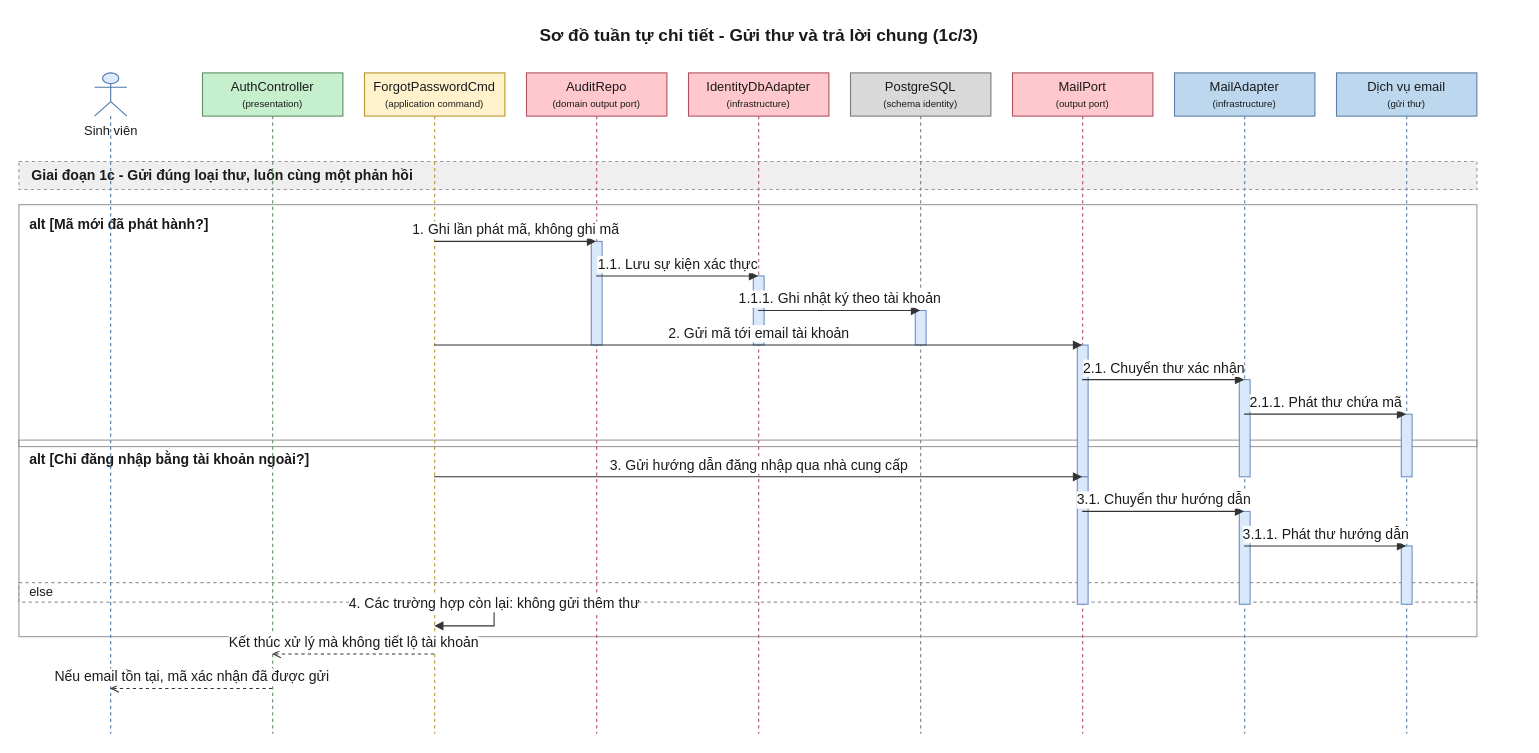
This is 08-diagram/sequence/user/sequence_user_quen_mat_khau_otp_p1c.drawio from daiphu1801/PRJ_ALGOPREP, a draw.io file, before an edit. Source tidied: cells renumbered, new cells numbered last; positions are measured from the earlier drawing's top-left corner, leaving out a move shared by most shapes. Both pictures are drawn from the tidied source at 108%, with x=0, y=0 at pixel (18, 18).
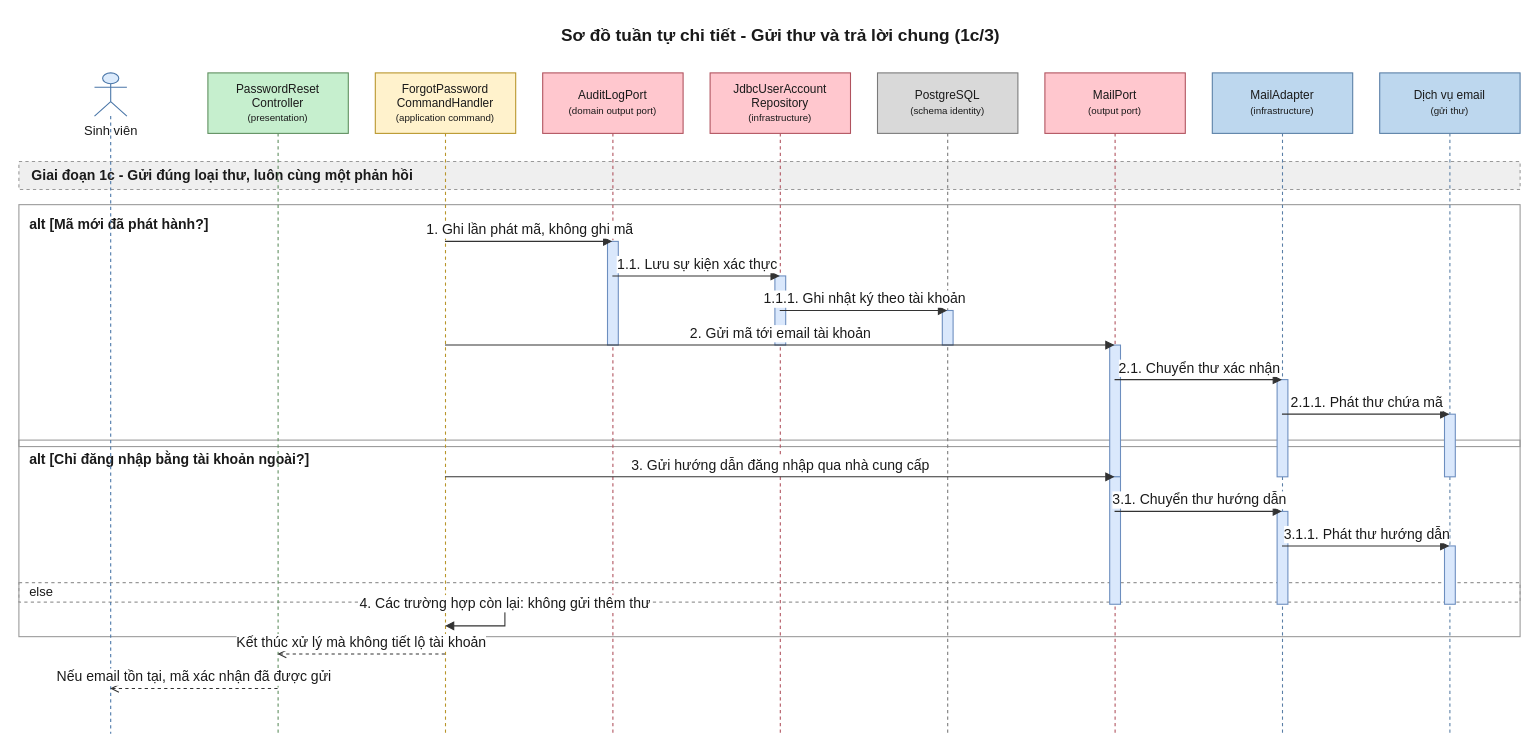
Above is the later version.

Diff of the diagram source:
```diff
@@
     <mxCell id="2" value="Sơ đồ tuần tự chi tiết - Gửi thư và trả lời chung (1c/3)" style="text;html=1;fontSize=16;fontStyle=1;align=center;verticalAlign=middle;fontColor=#1A1A1A;" parent="1" vertex="1">
-      <mxGeometry x="20" width="1330" height="30" as="geometry" />
+      <mxGeometry x="20" width="1370" height="30" as="geometry" />
     </mxCell>
     <mxCell id="3" value="alt [Mã mới đã phát hành?]" style="algoprep=alt;rounded=0;whiteSpace=wrap;html=1;fillColor=none;strokeColor=#999999;verticalAlign=top;align=left;spacingLeft=8;spacingTop=4;fontColor=#1A1A1A;fontSize=13;fontStyle=1;dashed=0;" parent="1" vertex="1">
-      <mxGeometry y="172" width="1350" height="224" as="geometry" />
+      <mxGeometry y="172" width="1390" height="224" as="geometry" />
     </mxCell>
     <mxCell id="4" value="alt [Chỉ đăng nhập bằng tài khoản ngoài?]" style="algoprep=alt;rounded=0;whiteSpace=wrap;html=1;fillColor=none;strokeColor=#999999;verticalAlign=top;align=left;spacingLeft=8;spacingTop=4;fontColor=#1A1A1A;fontSize=13;fontStyle=1;dashed=0;" parent="1" vertex="1">
-      <mxGeometry y="390" width="1350" height="182" as="geometry" />
+      <mxGeometry y="390" width="1390" height="182" as="geometry" />
     </mxCell>
     <mxCell id="5" value="else" style="text;html=1;dashed=1;strokeColor=#999999;fillColor=none;align=left;verticalAlign=middle;spacingLeft=8;fontColor=#1A1A1A;fontSize=12;" parent="1" vertex="1">
-      <mxGeometry y="522" width="1350" height="18" as="geometry" />
+      <mxGeometry y="522" width="1390" height="18" as="geometry" />
     </mxCell>
     <mxCell id="6" value="Giai đoạn 1c - Gửi đúng loại thư, luôn cùng một phản hồi" style="algoprep=phase;rounded=0;whiteSpace=wrap;html=1;fillColor=#EFEFEF;strokeColor=#999999;dashed=1;align=left;verticalAlign=middle;spacingLeft=10;fontColor=#1A1A1A;fontSize=13;fontStyle=1;" parent="1" vertex="1">
-      <mxGeometry y="132" width="1350" height="26" as="geometry" />
+      <mxGeometry y="132" width="1390" height="26" as="geometry" />
     </mxCell>
@@
-    <mxCell id="8" value="AuthController&lt;br&gt;&lt;font style=&quot;font-size:9px&quot;&gt;(presentation)&lt;/font&gt;" style="shape=umlLifeline;perimeter=lifelinePerimeter;whiteSpace=wrap;html=1;outlineConnect=0;size=40;fillColor=#C6EFCE;strokeColor=#5E8E5E;fontColor=#1A1A1A;" parent="1" vertex="1">
-      <mxGeometry x="170" y="50" width="130" height="612" as="geometry" />
+    <mxCell id="8" value="PasswordReset&lt;br&gt;Controller&lt;br&gt;&lt;font style=&quot;font-size:9px&quot;&gt;(presentation)&lt;/font&gt;" style="shape=umlLifeline;perimeter=lifelinePerimeter;whiteSpace=wrap;html=1;outlineConnect=0;size=56;fontSize=11;fillColor=#C6EFCE;strokeColor=#5E8E5E;fontColor=#1A1A1A;" parent="1" vertex="1">
+      <mxGeometry x="175" y="50" width="130" height="612" as="geometry" />
     </mxCell>
-    <mxCell id="9" value="ForgotPasswordCmd&lt;br&gt;&lt;font style=&quot;font-size:9px&quot;&gt;(application command)&lt;/font&gt;" style="shape=umlLifeline;perimeter=lifelinePerimeter;whiteSpace=wrap;html=1;outlineConnect=0;size=40;fillColor=#FFF2CC;strokeColor=#B8952A;fontColor=#1A1A1A;" parent="1" vertex="1">
-      <mxGeometry x="320" y="50" width="130" height="612" as="geometry" />
+    <mxCell id="9" value="ForgotPassword&lt;br&gt;CommandHandler&lt;br&gt;&lt;font style=&quot;font-size:9px&quot;&gt;(application command)&lt;/font&gt;" style="shape=umlLifeline;perimeter=lifelinePerimeter;whiteSpace=wrap;html=1;outlineConnect=0;size=56;fontSize=11;fillColor=#FFF2CC;strokeColor=#B8952A;fontColor=#1A1A1A;" parent="1" vertex="1">
+      <mxGeometry x="330" y="50" width="130" height="612" as="geometry" />
     </mxCell>
-    <mxCell id="10" value="AuditRepo&lt;br&gt;&lt;font style=&quot;font-size:9px&quot;&gt;(domain output port)&lt;/font&gt;" style="shape=umlLifeline;perimeter=lifelinePerimeter;whiteSpace=wrap;html=1;outlineConnect=0;size=40;fillColor=#FFC7CE;strokeColor=#B0525E;fontColor=#1A1A1A;" parent="1" vertex="1">
-      <mxGeometry x="470" y="50" width="130" height="612" as="geometry" />
+    <mxCell id="10" value="AuditLogPort&lt;br&gt;&lt;font style=&quot;font-size:9px&quot;&gt;(domain output port)&lt;/font&gt;" style="shape=umlLifeline;perimeter=lifelinePerimeter;whiteSpace=wrap;html=1;outlineConnect=0;size=56;fontSize=11;fillColor=#FFC7CE;strokeColor=#B0525E;fontColor=#1A1A1A;" parent="1" vertex="1">
+      <mxGeometry x="485" y="50" width="130" height="612" as="geometry" />
     </mxCell>
-    <mxCell id="11" value="IdentityDbAdapter&lt;br&gt;&lt;font style=&quot;font-size:9px&quot;&gt;(infrastructure)&lt;/font&gt;" style="shape=umlLifeline;perimeter=lifelinePerimeter;whiteSpace=wrap;html=1;outlineConnect=0;size=40;fillColor=#FFC7CE;strokeColor=#B0525E;fontColor=#1A1A1A;" parent="1" vertex="1">
-      <mxGeometry x="620" y="50" width="130" height="612" as="geometry" />
+    <mxCell id="11" value="JdbcUserAccount&lt;br&gt;Repository&lt;br&gt;&lt;font style=&quot;font-size:9px&quot;&gt;(infrastructure)&lt;/font&gt;" style="shape=umlLifeline;perimeter=lifelinePerimeter;whiteSpace=wrap;html=1;outlineConnect=0;size=56;fontSize=11;fillColor=#FFC7CE;strokeColor=#B0525E;fontColor=#1A1A1A;" parent="1" vertex="1">
+      <mxGeometry x="640" y="50" width="130" height="612" as="geometry" />
     </mxCell>
-    <mxCell id="12" value="PostgreSQL&lt;br&gt;&lt;font style=&quot;font-size:9px&quot;&gt;(schema identity)&lt;/font&gt;" style="shape=umlLifeline;perimeter=lifelinePerimeter;whiteSpace=wrap;html=1;outlineConnect=0;size=40;fillColor=#D9D9D9;strokeColor=#7A7A7A;fontColor=#1A1A1A;" parent="1" vertex="1">
-      <mxGeometry x="770" y="50" width="130" height="612" as="geometry" />
+    <mxCell id="12" value="PostgreSQL&lt;br&gt;&lt;font style=&quot;font-size:9px&quot;&gt;(schema identity)&lt;/font&gt;" style="shape=umlLifeline;perimeter=lifelinePerimeter;whiteSpace=wrap;html=1;outlineConnect=0;size=56;fontSize=11;fillColor=#D9D9D9;strokeColor=#7A7A7A;fontColor=#1A1A1A;" parent="1" vertex="1">
+      <mxGeometry x="795" y="50" width="130" height="612" as="geometry" />
     </mxCell>
-    <mxCell id="13" value="MailPort&lt;br&gt;&lt;font style=&quot;font-size:9px&quot;&gt;(output port)&lt;/font&gt;" style="shape=umlLifeline;perimeter=lifelinePerimeter;whiteSpace=wrap;html=1;outlineConnect=0;size=40;fillColor=#FFC7CE;strokeColor=#B0525E;fontColor=#1A1A1A;" parent="1" vertex="1">
-      <mxGeometry x="920" y="50" width="130" height="612" as="geometry" />
+    <mxCell id="13" value="MailPort&lt;br&gt;&lt;font style=&quot;font-size:9px&quot;&gt;(output port)&lt;/font&gt;" style="shape=umlLifeline;perimeter=lifelinePerimeter;whiteSpace=wrap;html=1;outlineConnect=0;size=56;fontSize=11;fillColor=#FFC7CE;strokeColor=#B0525E;fontColor=#1A1A1A;" parent="1" vertex="1">
+      <mxGeometry x="950" y="50" width="130" height="612" as="geometry" />
     </mxCell>
-    <mxCell id="14" value="MailAdapter&lt;br&gt;&lt;font style=&quot;font-size:9px&quot;&gt;(infrastructure)&lt;/font&gt;" style="shape=umlLifeline;perimeter=lifelinePerimeter;whiteSpace=wrap;html=1;outlineConnect=0;size=40;fillColor=#BDD7EE;strokeColor=#5A7FA6;fontColor=#1A1A1A;" parent="1" vertex="1">
-      <mxGeometry x="1070" y="50" width="130" height="612" as="geometry" />
+    <mxCell id="14" value="MailAdapter&lt;br&gt;&lt;font style=&quot;font-size:9px&quot;&gt;(infrastructure)&lt;/font&gt;" style="shape=umlLifeline;perimeter=lifelinePerimeter;whiteSpace=wrap;html=1;outlineConnect=0;size=56;fontSize=11;fillColor=#BDD7EE;strokeColor=#5A7FA6;fontColor=#1A1A1A;" parent="1" vertex="1">
+      <mxGeometry x="1105" y="50" width="130" height="612" as="geometry" />
     </mxCell>
-    <mxCell id="15" value="Dịch vụ email&lt;br&gt;&lt;font style=&quot;font-size:9px&quot;&gt;(gửi thư)&lt;/font&gt;" style="shape=umlLifeline;perimeter=lifelinePerimeter;whiteSpace=wrap;html=1;outlineConnect=0;size=40;fillColor=#BDD7EE;strokeColor=#5A7FA6;fontColor=#1A1A1A;" parent="1" vertex="1">
-      <mxGeometry x="1220" y="50" width="130" height="612" as="geometry" />
+    <mxCell id="15" value="Dịch vụ email&lt;br&gt;&lt;font style=&quot;font-size:9px&quot;&gt;(gửi thư)&lt;/font&gt;" style="shape=umlLifeline;perimeter=lifelinePerimeter;whiteSpace=wrap;html=1;outlineConnect=0;size=56;fontSize=11;fillColor=#BDD7EE;strokeColor=#5A7FA6;fontColor=#1A1A1A;" parent="1" vertex="1">
+      <mxGeometry x="1260" y="50" width="130" height="612" as="geometry" />
     </mxCell>
@@
     <mxCell id="34" value="4. Các trường hợp còn lại: không gửi thêm thư" style="edgeStyle=orthogonalEdgeStyle;rounded=0;html=1;endArrow=block;endFill=1;strokeColor=#333333;fontColor=#1A1A1A;fontSize=13;verticalAlign=bottom;exitX=0.5;exitY=0.8039;exitDx=0;exitDy=0;entryX=0.5;entryY=0.8366;entryDx=0;entryDy=0;" parent="1" edge="1" source="9" target="9">
       <mxGeometry relative="1" as="geometry">
         <Array as="points">
-          <mxPoint x="440" y="542" />
-          <mxPoint x="440" y="562" />
+          <mxPoint x="450" y="542" />
+          <mxPoint x="450" y="562" />
         </Array>
       </mxGeometry>
     </mxCell>
```
